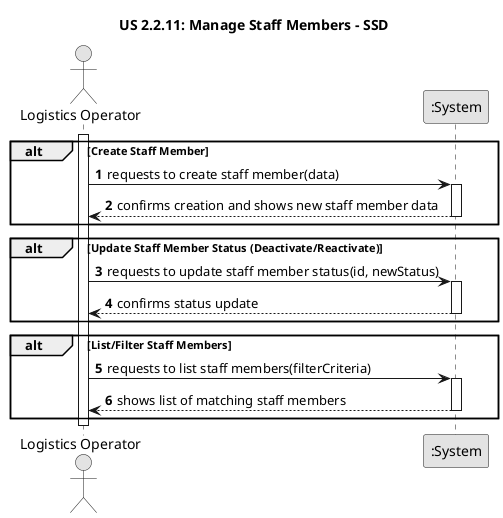
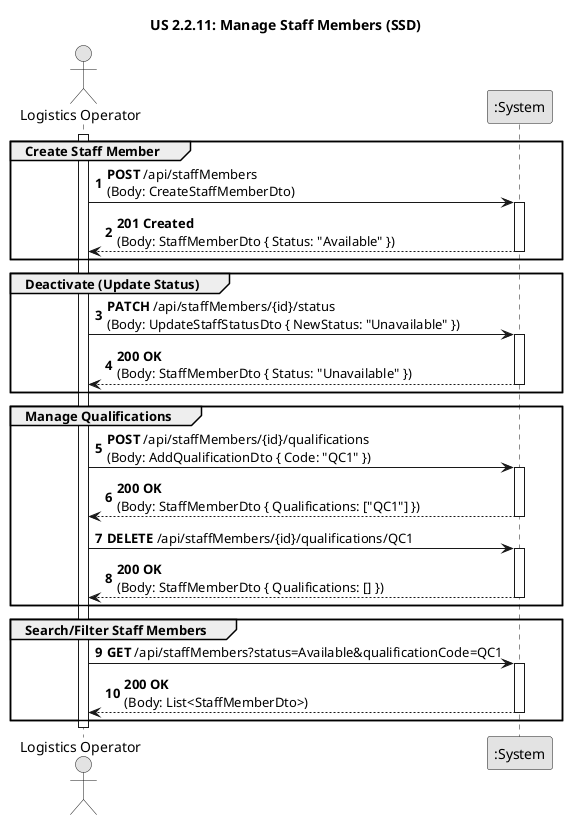
@startuml
- ' US 2.2.11: Manage Staff Members - System Sequence Diagram (SSD)
+ ' US 2.2.11 - System Sequence Diagram (SSD)
skinparam monochrome true
skinparam packageStyle rectangle
skinparam shadowing false

- title US 2.2.11: Manage Staff Members - SSD
+ title US 2.2.11: Manage Staff Members (SSD)

autonumber
- actor "Logistics Operator" as User
+ actor "Logistics Operator" as Operator
participant ":System" as System

- activate User
+ activate Operator

- alt Create Staff Member
-     User -> System : requests to create staff member(data)
+ group Create Staff Member
+     Operator -> System : **POST** /api/staffMembers\n(Body: CreateStaffMemberDto)
    activate System
-     System --> User : confirms creation and shows new staff member data
+     System --> Operator : **201 Created**\n(Body: StaffMemberDto { Status: "Available" })
    deactivate System
end

- alt Update Staff Member Status (Deactivate/Reactivate)
-     User -> System : requests to update staff member status(id, newStatus)
+ group Deactivate (Update Status)
+     Operator -> System : **PATCH** /api/staffMembers/{id}/status\n(Body: UpdateStaffStatusDto { NewStatus: "Unavailable" })
    activate System
-     System --> User : confirms status update
+     System --> Operator : **200 OK**\n(Body: StaffMemberDto { Status: "Unavailable" })
    deactivate System
end

- alt List/Filter Staff Members
-     User -> System : requests to list staff members(filterCriteria)
+ group Manage Qualifications
+     Operator -> System : **POST** /api/staffMembers/{id}/qualifications\n(Body: AddQualificationDto { Code: "QC1" })
    activate System
-     System --> User : shows list of matching staff members
+     System --> Operator : **200 OK**\n(Body: StaffMemberDto { Qualifications: ["QC1"] })
+     deactivate System
+ 
+     Operator -> System : **DELETE** /api/staffMembers/{id}/qualifications/QC1
+     activate System
+     System --> Operator : **200 OK**\n(Body: StaffMemberDto { Qualifications: [] })
    deactivate System
end

- deactivate User
+ group Search/Filter Staff Members
+     Operator -> System : **GET** /api/staffMembers?status=Available&qualificationCode=QC1
+     activate System
+     System --> Operator : **200 OK**\n(Body: List<StaffMemberDto>)
+     deactivate System
+ end
+ 
+ deactivate Operator
+ 
@enduml